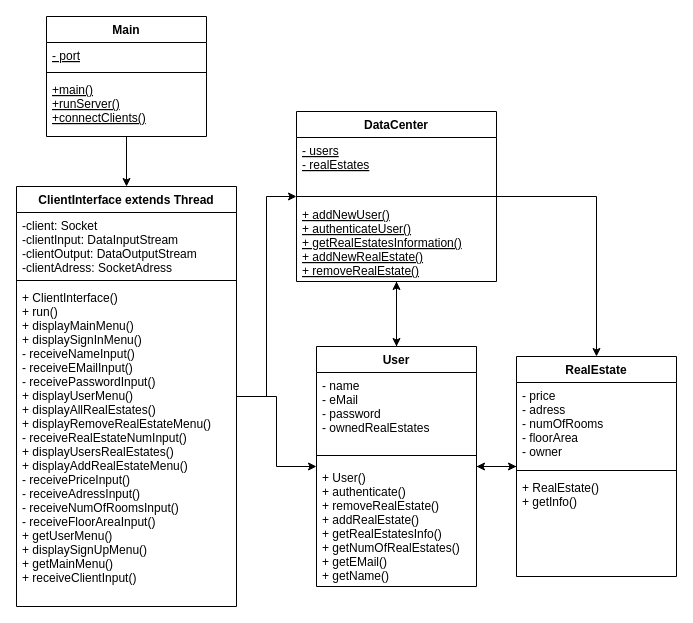
Above: EntwurfsdiagrammServer.drawio in FabioKron/Online-Immobilienportal (draw.io), before the change. Source tidied: cells renumbered, new cells numbered last; positions are measured from the earlier drawing's top-left corner, leaving out a move shared by most shapes. Both pictures are drawn from the tidied source at 100%, with x=0, y=0 at pixel (16, 16).
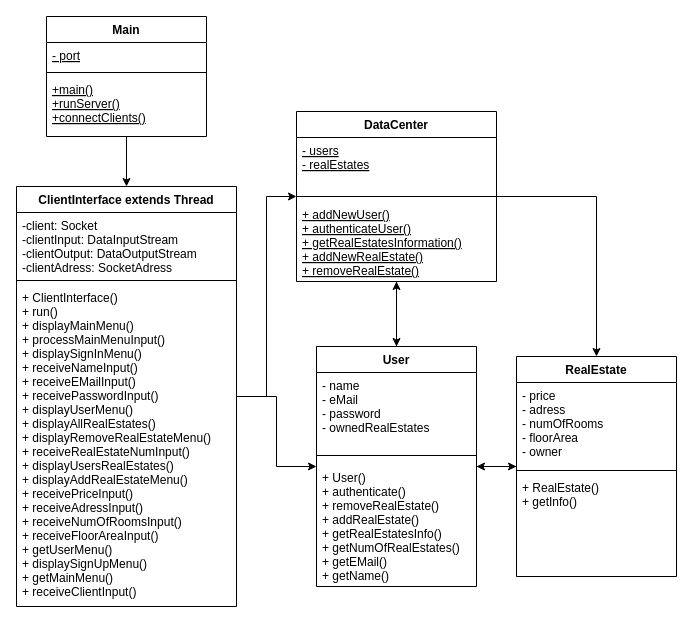
After the change.

Commit message (it also covers changes not shown here):
Veränderungen der UML Diagramme Hinzufügen der Methode processMainMenuInput Änderung der Zugriffsmodifikatoren aller privaten Methoden zu public

Unchanged cells that the change refers to:
```xml
<mxCell id="9" value="ClientInterface extends Thread" style="swimlane;fontStyle=1;align=center;verticalAlign=top;horizontal=1;startSize=26;" parent="1" vertex="1">
  <mxGeometry y="170" width="220" height="420" as="geometry" />
</mxCell>
```

What changed in the source:
```diff
@@
-    <mxCell id="12" value="+ ClientInterface()&#10;+ run()&#10;+ displayMainMenu()&#10;+ displaySignInMenu()&#10;- receiveNameInput()&#10;- receiveEMailInput()&#10;- receivePasswordInput()&#10;+ displayUserMenu()&#10;+ displayAllRealEstates()&#10;+ displayRemoveRealEstateMenu()&#10;- receiveRealEstateNumInput()&#10;+ displayUsersRealEstates()&#10;+ displayAddRealEstateMenu()&#10;- receivePriceInput()&#10;- receiveAdressInput()&#10;- receiveNumOfRoomsInput()&#10;- receiveFloorAreaInput()&#10;+ getUserMenu()&#10;+ displaySignUpMenu()&#10;+ getMainMenu()&#10;+ receiveClientInput()&#10;" style="text;strokeColor=none;fillColor=none;align=left;verticalAlign=top;spacingLeft=4;spacingRight=4;overflow=hidden;" parent="9" vertex="1">
+    <mxCell id="12" value="+ ClientInterface()&#10;+ run()&#10;+ displayMainMenu()&#10;+ processMainMenuInput()&#10;+ displaySignInMenu()&#10;+ receiveNameInput()&#10;+ receiveEMailInput()&#10;+ receivePasswordInput()&#10;+ displayUserMenu()&#10;+ displayAllRealEstates()&#10;+ displayRemoveRealEstateMenu()&#10;+ receiveRealEstateNumInput()&#10;+ displayUsersRealEstates()&#10;+ displayAddRealEstateMenu()&#10;+ receivePriceInput()&#10;+ receiveAdressInput()&#10;+ receiveNumOfRoomsInput()&#10;+ receiveFloorAreaInput()&#10;+ getUserMenu()&#10;+ displaySignUpMenu()&#10;+ getMainMenu()&#10;+ receiveClientInput()&#10;" style="text;strokeColor=none;fillColor=none;align=left;verticalAlign=top;spacingLeft=4;spacingRight=4;overflow=hidden;" parent="9" vertex="1">
       <mxGeometry y="98" width="220" height="322" as="geometry" />
     </mxCell>
```
